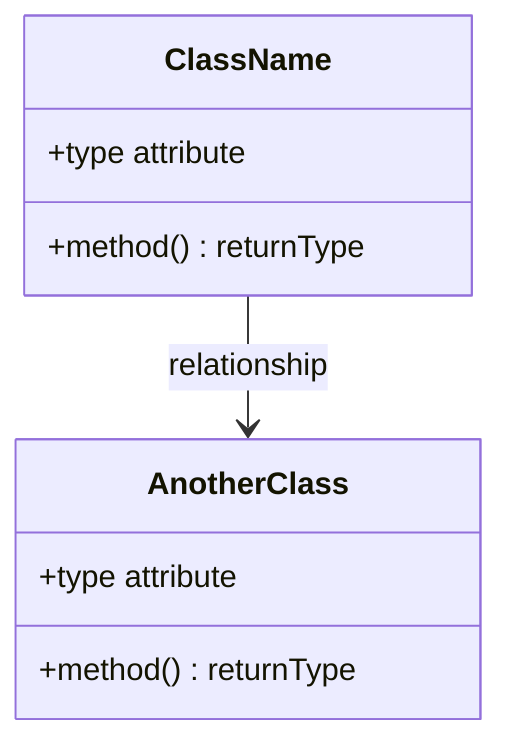
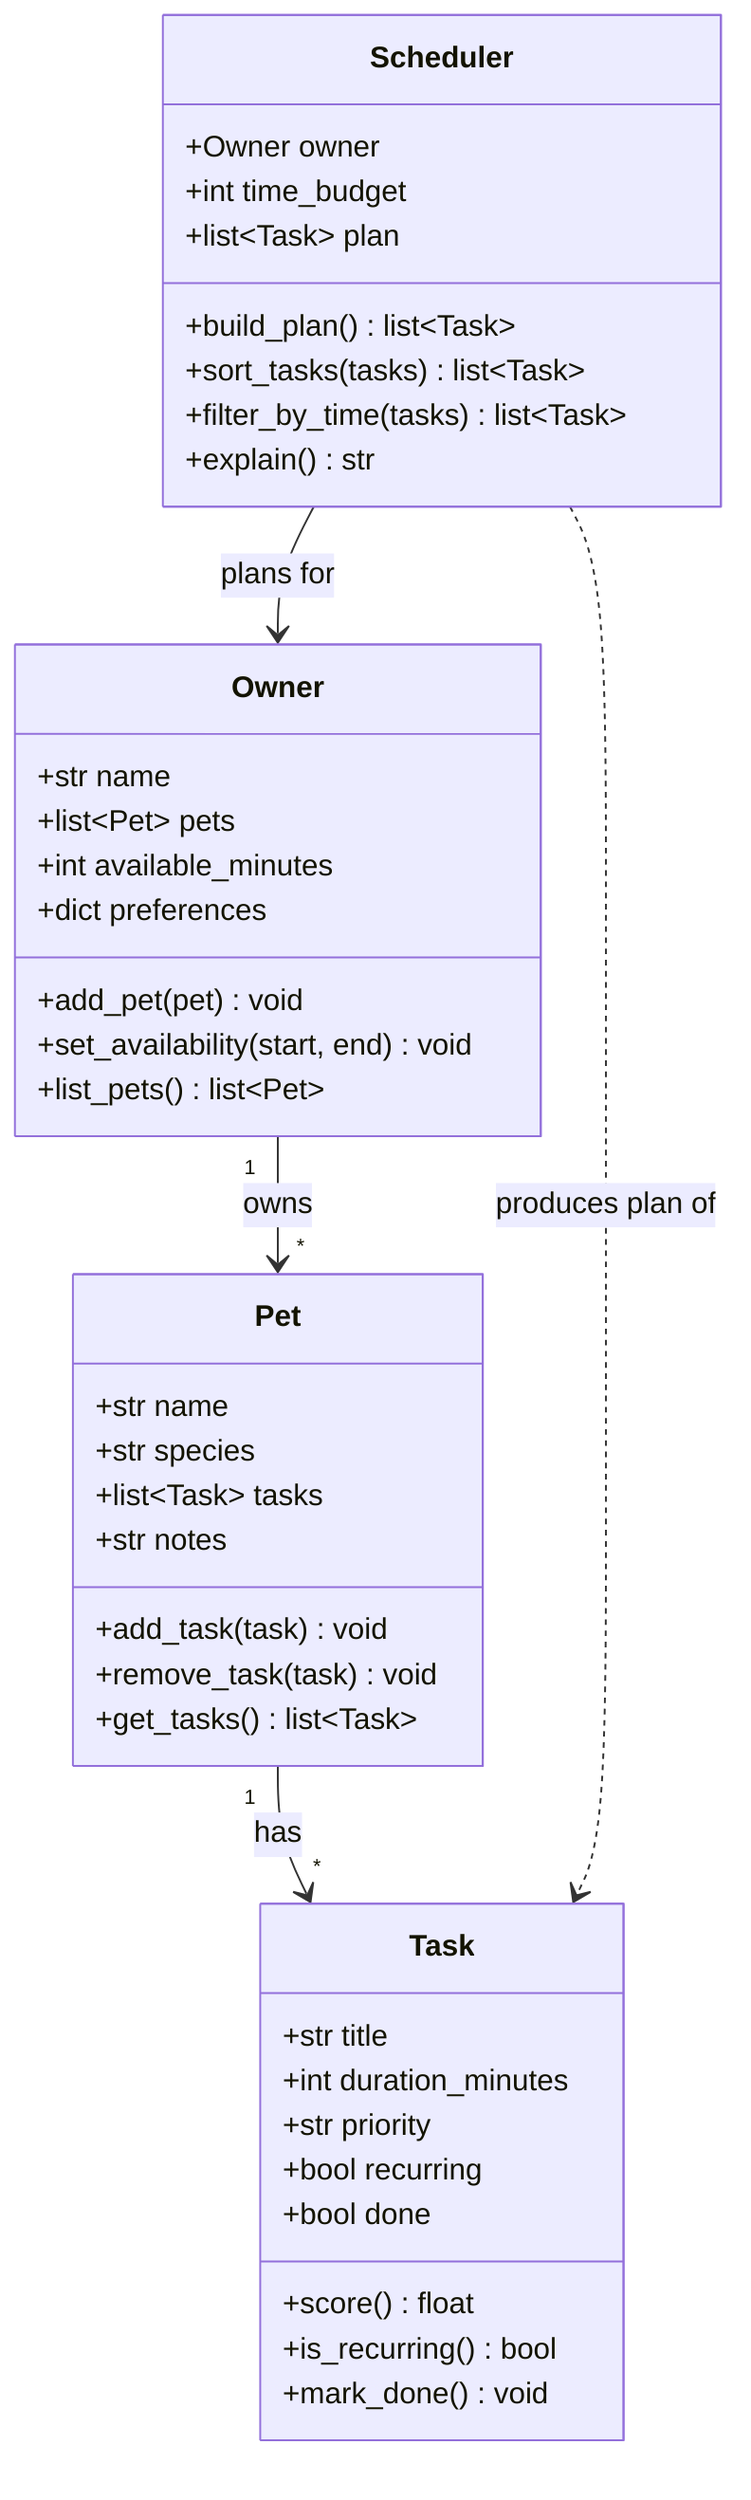
classDiagram
-     %% Replace the placeholders below with your actual classes, attributes, methods, and relationships.
+     %% PawPal+ — daily pet care planning assistant
    %% Keep this file updated so it matches your final implementation.

-     class ClassName {
-         +type attribute
-         +method() returnType
+     class Owner {
+         +str name
+         +list~Pet~ pets
+         +int available_minutes
+         +dict preferences
+         +add_pet(pet) void
+         +set_availability(start, end) void
+         +list_pets() list~Pet~
    }

-     class AnotherClass {
-         +type attribute
-         +method() returnType
+     class Pet {
+         +str name
+         +str species
+         +list~Task~ tasks
+         +str notes
+         +add_task(task) void
+         +remove_task(task) void
+         +get_tasks() list~Task~
    }

-     ClassName --> AnotherClass : relationship
+     class Task {
+         +str title
+         +int duration_minutes
+         +str priority
+         +bool recurring
+         +bool done
+         +score() float
+         +is_recurring() bool
+         +mark_done() void
+     }
+ 
+     class Scheduler {
+         +Owner owner
+         +int time_budget
+         +list~Task~ plan
+         +build_plan() list~Task~
+         +sort_tasks(tasks) list~Task~
+         +filter_by_time(tasks) list~Task~
+         +explain() str
+     }
+ 
+     Owner "1" --> "*" Pet : owns
+     Pet "1" --> "*" Task : has
+     Scheduler --> Owner : plans for
+     Scheduler ..> Task : produces plan of
